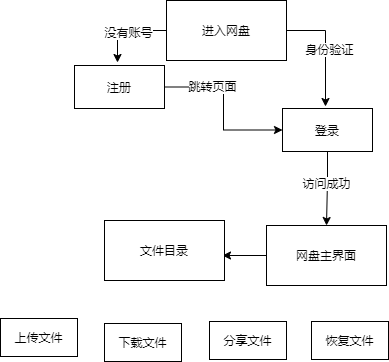
deepinsea/draw keeps this draw.io diagram as 数据流图.png. Above is the earlier version. Source tidied: cells renumbered, new cells last; positions are measured from the earlier drawing's top-left corner, leaving out a move shared by most shapes.
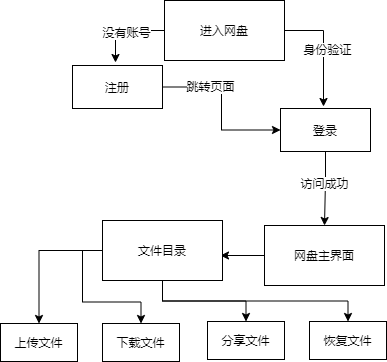
Above is the later version.

Commit message:
更新数据流图.png

Change to the diagram source:
```diff
@@ -62,11 +62,23 @@
     <mxCell id="15" value="网盘主界面" style="rounded=0;whiteSpace=wrap;html=1;" parent="1" vertex="1">
       <mxGeometry x="266" y="225" width="120" height="60" as="geometry" />
     </mxCell>
+    <mxCell id="21" style="edgeStyle=orthogonalEdgeStyle;rounded=0;jettySize=auto;html=1;entryX=0.5;entryY=0;entryDx=0;entryDy=0;" parent="1" edge="1" source="16" target="17">
+      <mxGeometry relative="1" as="geometry" />
+    </mxCell>
+    <mxCell id="22" style="edgeStyle=orthogonalEdgeStyle;rounded=0;jettySize=auto;html=1;exitX=0;exitY=0.5;exitDx=0;exitDy=0;" parent="1" edge="1" source="16" target="18">
+      <mxGeometry relative="1" as="geometry" />
+    </mxCell>
+    <mxCell id="23" style="edgeStyle=orthogonalEdgeStyle;rounded=0;jettySize=auto;html=1;exitX=0.5;exitY=1;exitDx=0;exitDy=0;entryX=0.5;entryY=0;entryDx=0;entryDy=0;" parent="1" edge="1" source="16" target="19">
+      <mxGeometry relative="1" as="geometry" />
+    </mxCell>
+    <mxCell id="24" style="edgeStyle=orthogonalEdgeStyle;rounded=0;jettySize=auto;html=1;exitX=0.5;exitY=1;exitDx=0;exitDy=0;" parent="1" edge="1" source="16" target="20">
+      <mxGeometry relative="1" as="geometry" />
+    </mxCell>
     <mxCell id="16" value="文件目录" style="rounded=0;whiteSpace=wrap;html=1;" parent="1" vertex="1">
       <mxGeometry x="104" y="220" width="120" height="60" as="geometry" />
     </mxCell>
     <mxCell id="17" value="上传文件" style="rounded=0;whiteSpace=wrap;html=1;" parent="1" vertex="1">
-      <mxGeometry y="318" width="77" height="38" as="geometry" />
+      <mxGeometry x="2" y="323" width="77" height="38" as="geometry" />
     </mxCell>
     <mxCell id="18" value="下载文件" style="rounded=0;whiteSpace=wrap;html=1;" parent="1" vertex="1">
       <mxGeometry x="104" y="323" width="77" height="38" as="geometry" />
```
